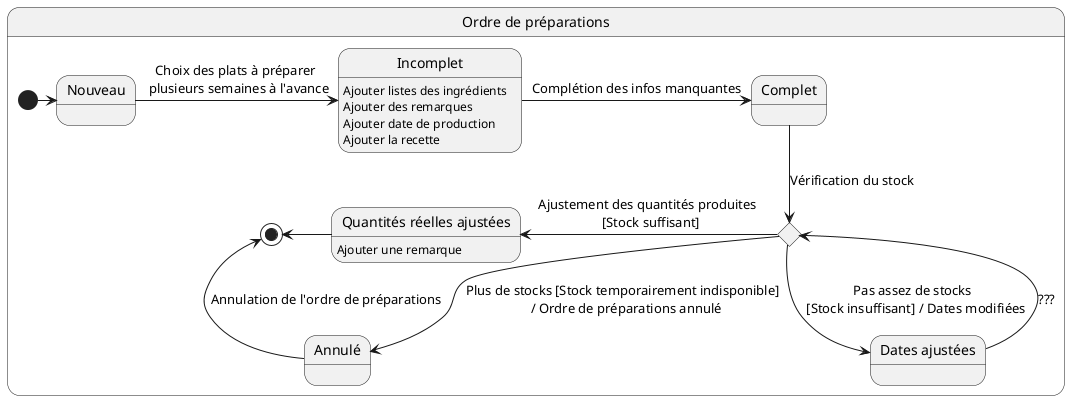
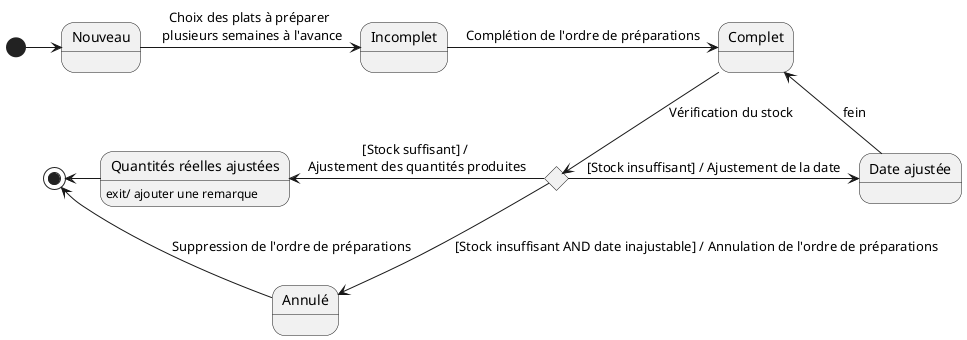
@startuml

- state "Ordre de préparations" as carteOrdre {
-     state "Nouveau" as carteNew
+  state "Nouveau" as carteNew
    state "Incomplet" as carteNotFull
-         carteNotFull : Ajouter listes des ingrédients
-         carteNotFull : Ajouter des remarques
-         carteNotFull : Ajouter date de production
-         carteNotFull : Ajouter la recette
    state "Complet" as carteFull
-     state "Dates ajustées" as carteDates
-     state "Annulé" as carteNull
-     state "Quantités réelles ajustées" as carteQuant : Ajouter une remarque
+     state "Date ajustée" as carteDates
+     state "Annulé" as carteCancel
+     state "Quantités réelles ajustées" as carteQuant : exit/ ajouter une remarque

    state cAdaptation <<choice>>

    [*] -> carteNew
+     carteNew -> carteNotFull : Choix des plats à préparer \n plusieurs semaines à l'avance
+     carteNotFull -> carteFull : Complétion de l'ordre de préparations

-     carteNew -> carteNotFull : Choix des plats à préparer \n plusieurs semaines à l'avance
+     carteFull -down-> cAdaptation : Vérification du stock
+     cAdaptation -> carteDates : [Stock insuffisant] / Ajustement de la date
+     carteDates -left> carteFull : fein

-     carteNotFull -> carteFull : Complétion des infos manquantes
+     cAdaptation --> carteCancel : [Stock insuffisant AND date inajustable] / Annulation de l'ordre de préparations
+     carteCancel -> [*] : Suppression de l'ordre de préparations

-     carteFull --> cAdaptation : Vérification du stock
- 
-     cAdaptation --> carteDates : Pas assez de stocks \n [Stock insuffisant] / Dates modifiées
-     cAdaptation -left-> carteQuant : Ajustement des quantités produites \n [Stock suffisant]
-     cAdaptation --> carteNull : Plus de stocks [Stock temporairement indisponible] \n / Ordre de préparations annulé
- 
-     carteDates -> cAdaptation : ???
+     cAdaptation -left-> carteQuant : [Stock suffisant] / \nAjustement des quantités produites

    carteQuant -left-> [*]
-     carteNull -> [*] : Annulation de l'ordre de préparations
- }

- @enduml
+ @enduml